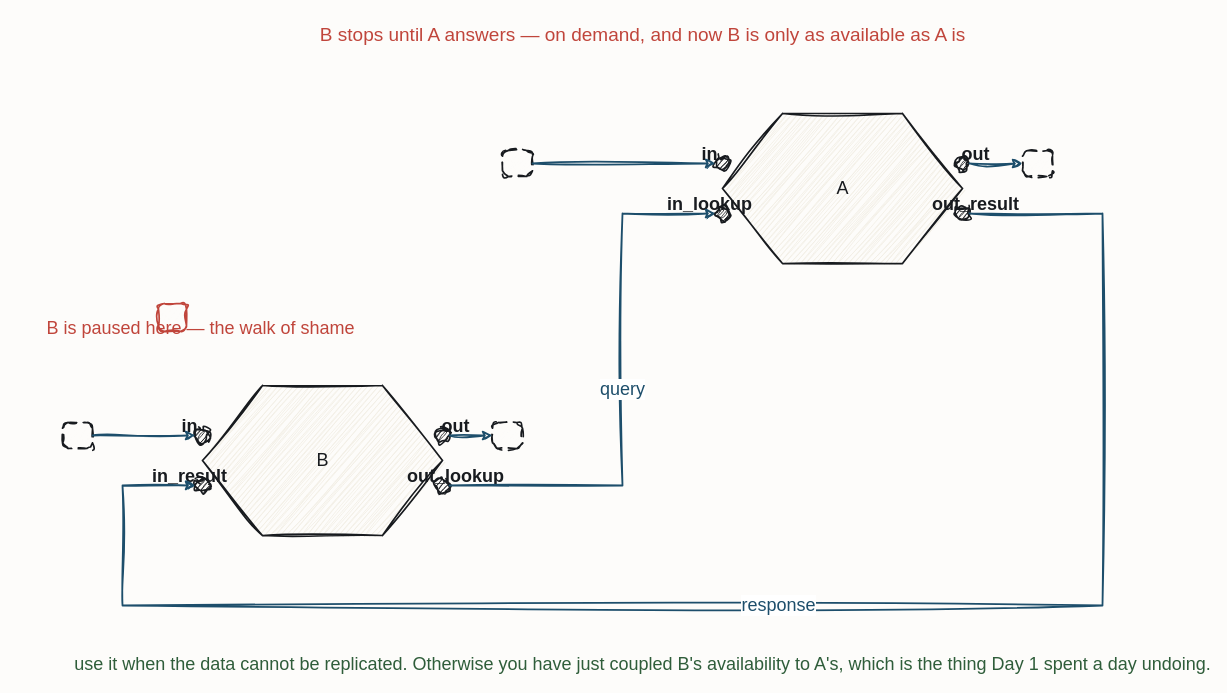
Before: resources/flow-lookup-port.drawio in iancooper/practical-messaging, a draw.io diagram. Source tidied: cells renumbered, new cells numbered last; positions are measured from the earlier drawing's top-left corner, leaving out a move shared by most shapes. Both pictures are drawn from the tidied source at 100%, with x=0, y=0 at pixel (62, 17).
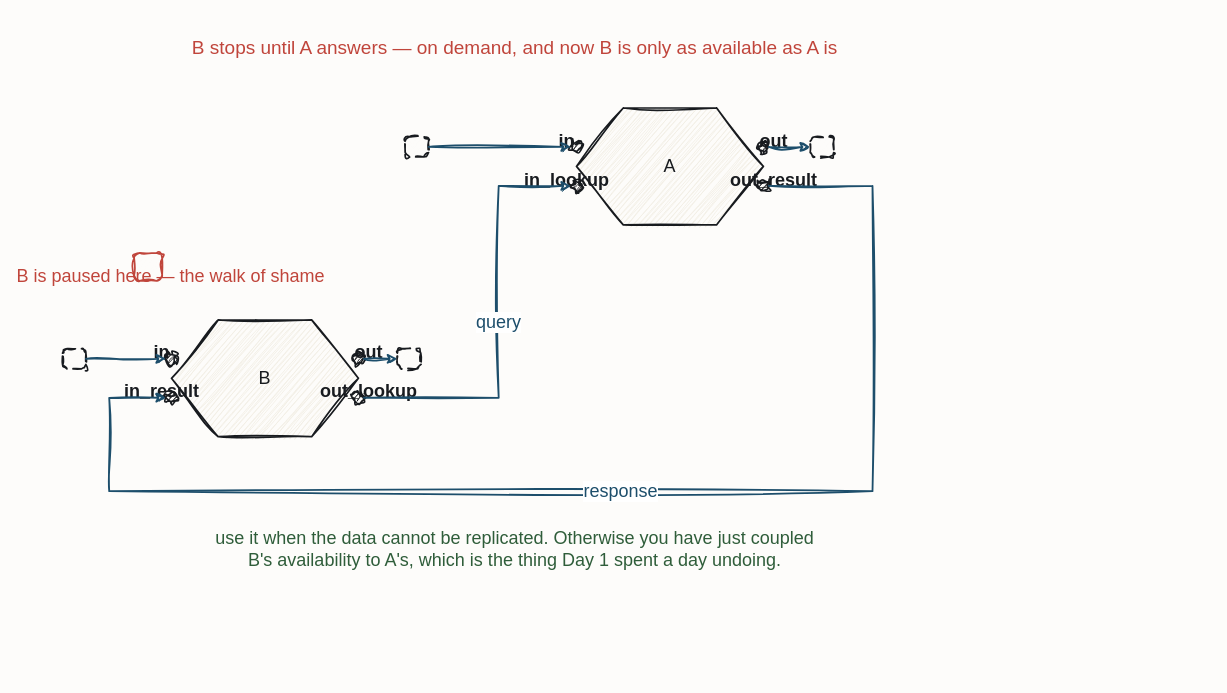
Above is the later version.

The edit, as a diff of the source:
```diff
@@
     <mxCell id="2" value="B stops until A answers — on demand, and now B is only as available as A is" style="text;html=1;align=center;fontFamily=Caveat;fontSize=19;fontColor=#C0453B;" parent="1" vertex="1">
-      <mxGeometry x="520" width="120" height="20" as="geometry" />
+      <mxGeometry x="391.7" y="13.1" width="120" height="20" as="geometry" />
     </mxCell>
     <mxCell id="3" value="A" style="sketch=1;hachureGap=4;jiggle=2;curveFitting=1;fontFamily=Caveat;html=1;shape=hexagon;perimeter=hexagonPerimeter2;strokeColor=#181B1F;strokeWidth=1.7;fillColor=#F3EFE6;fontColor=#181B1F;fontSize=18;" parent="1" vertex="1">
-      <mxGeometry x="660" y="96" width="240" height="150" as="geometry" />
+      <mxGeometry x="514" y="90.5" width="186.9" height="116.8" as="geometry" />
     </mxCell>
     <mxCell id="4" style="sketch=1;hachureGap=4;jiggle=2;curveFitting=1;fontFamily=Caveat;html=1;ellipse;verticalLabelPosition=bottom;verticalAlign=top;strokeColor=#181B1F;strokeWidth=1.7;fillColor=#181B1F;fontColor=#181B1F;fontSize=14;" parent="1" vertex="1">
-      <mxGeometry x="653" y="139" width="14" height="14" as="geometry" />
+      <mxGeometry x="508.6" y="124" width="10.9" height="10.9" as="geometry" />
     </mxCell>
     <mxCell id="5" value="in" style="text;html=1;align=center;fontFamily=Caveat;fontSize=18;fontColor=#181B1F;fontStyle=1;" parent="1" vertex="1">
-      <mxGeometry x="587" y="120" width="120" height="20" as="geometry" />
+      <mxGeometry x="443.9" y="106.6" width="120" height="20" as="geometry" />
     </mxCell>
     <mxCell id="6" style="sketch=1;hachureGap=4;jiggle=2;curveFitting=1;fontFamily=Caveat;html=1;ellipse;verticalLabelPosition=bottom;verticalAlign=top;strokeColor=#181B1F;strokeWidth=1.7;fillColor=#181B1F;fontColor=#181B1F;fontSize=14;" parent="1" vertex="1">
-      <mxGeometry x="653" y="189" width="14" height="14" as="geometry" />
+      <mxGeometry x="508.6" y="163" width="10.9" height="10.9" as="geometry" />
     </mxCell>
     <mxCell id="7" value="in_lookup" style="text;html=1;align=center;fontFamily=Caveat;fontSize=18;fontColor=#181B1F;fontStyle=1;" parent="1" vertex="1">
-      <mxGeometry x="587" y="170" width="120" height="20" as="geometry" />
+      <mxGeometry x="443.9" y="145.5" width="120" height="20" as="geometry" />
     </mxCell>
     <mxCell id="8" style="sketch=1;hachureGap=4;jiggle=2;curveFitting=1;fontFamily=Caveat;html=1;ellipse;verticalLabelPosition=bottom;verticalAlign=top;strokeColor=#181B1F;strokeWidth=1.7;fillColor=#181B1F;fontColor=#181B1F;fontSize=14;" parent="1" vertex="1">
-      <mxGeometry x="893" y="139" width="14" height="14" as="geometry" />
+      <mxGeometry x="695.5" y="124" width="10.9" height="10.9" as="geometry" />
     </mxCell>
     <mxCell id="9" value="out" style="text;html=1;align=center;fontFamily=Caveat;fontSize=18;fontColor=#181B1F;fontStyle=1;" parent="1" vertex="1">
-      <mxGeometry x="853" y="120" width="120" height="20" as="geometry" />
+      <mxGeometry x="651.1" y="106.6" width="120" height="20" as="geometry" />
     </mxCell>
     <mxCell id="10" style="sketch=1;hachureGap=4;jiggle=2;curveFitting=1;fontFamily=Caveat;html=1;ellipse;verticalLabelPosition=bottom;verticalAlign=top;strokeColor=#181B1F;strokeWidth=1.7;fillColor=#181B1F;fontColor=#181B1F;fontSize=14;" parent="1" vertex="1">
-      <mxGeometry x="893" y="189" width="14" height="14" as="geometry" />
+      <mxGeometry x="695.5" y="163" width="10.9" height="10.9" as="geometry" />
     </mxCell>
     <mxCell id="11" value="out_result" style="text;html=1;align=center;fontFamily=Caveat;fontSize=18;fontColor=#181B1F;fontStyle=1;" parent="1" vertex="1">
-      <mxGeometry x="853" y="170" width="120" height="20" as="geometry" />
+      <mxGeometry x="651.1" y="145.5" width="120" height="20" as="geometry" />
     </mxCell>
     <mxCell id="12" value="B" style="sketch=1;hachureGap=4;jiggle=2;curveFitting=1;fontFamily=Caveat;html=1;shape=hexagon;perimeter=hexagonPerimeter2;strokeColor=#181B1F;strokeWidth=1.7;fillColor=#F3EFE6;fontColor=#181B1F;fontSize=18;" parent="1" vertex="1">
-      <mxGeometry x="140" y="368" width="240" height="150" as="geometry" />
+      <mxGeometry x="109" y="302.4" width="186.9" height="116.8" as="geometry" />
     </mxCell>
     <mxCell id="13" style="sketch=1;hachureGap=4;jiggle=2;curveFitting=1;fontFamily=Caveat;html=1;ellipse;verticalLabelPosition=bottom;verticalAlign=top;strokeColor=#181B1F;strokeWidth=1.7;fillColor=#181B1F;fontColor=#181B1F;fontSize=14;" parent="1" vertex="1">
-      <mxGeometry x="133" y="411" width="14" height="14" as="geometry" />
+      <mxGeometry x="103.6" y="335.9" width="10.9" height="10.9" as="geometry" />
     </mxCell>
     <mxCell id="14" value="in" style="text;html=1;align=center;fontFamily=Caveat;fontSize=18;fontColor=#181B1F;fontStyle=1;" parent="1" vertex="1">
-      <mxGeometry x="67" y="392" width="120" height="20" as="geometry" />
+      <mxGeometry x="38.9" y="318.4" width="120" height="20" as="geometry" />
     </mxCell>
     <mxCell id="15" style="sketch=1;hachureGap=4;jiggle=2;curveFitting=1;fontFamily=Caveat;html=1;ellipse;verticalLabelPosition=bottom;verticalAlign=top;strokeColor=#181B1F;strokeWidth=1.7;fillColor=#181B1F;fontColor=#181B1F;fontSize=14;" parent="1" vertex="1">
-      <mxGeometry x="133" y="461" width="14" height="14" as="geometry" />
+      <mxGeometry x="103.6" y="374.8" width="10.9" height="10.9" as="geometry" />
     </mxCell>
     <mxCell id="16" value="in_result" style="text;html=1;align=center;fontFamily=Caveat;fontSize=18;fontColor=#181B1F;fontStyle=1;" parent="1" vertex="1">
-      <mxGeometry x="67" y="442" width="120" height="20" as="geometry" />
+      <mxGeometry x="38.9" y="357.3" width="120" height="20" as="geometry" />
     </mxCell>
     <mxCell id="17" style="sketch=1;hachureGap=4;jiggle=2;curveFitting=1;fontFamily=Caveat;html=1;ellipse;verticalLabelPosition=bottom;verticalAlign=top;strokeColor=#181B1F;strokeWidth=1.7;fillColor=#181B1F;fontColor=#181B1F;fontSize=14;" parent="1" vertex="1">
-      <mxGeometry x="373" y="411" width="14" height="14" as="geometry" />
+      <mxGeometry x="290.5" y="335.9" width="10.9" height="10.9" as="geometry" />
     </mxCell>
     <mxCell id="18" value="out" style="text;html=1;align=center;fontFamily=Caveat;fontSize=18;fontColor=#181B1F;fontStyle=1;" parent="1" vertex="1">
-      <mxGeometry x="333" y="392" width="120" height="20" as="geometry" />
+      <mxGeometry x="246.1" y="318.4" width="120" height="20" as="geometry" />
     </mxCell>
     <mxCell id="19" style="sketch=1;hachureGap=4;jiggle=2;curveFitting=1;fontFamily=Caveat;html=1;ellipse;verticalLabelPosition=bottom;verticalAlign=top;strokeColor=#181B1F;strokeWidth=1.7;fillColor=#181B1F;fontColor=#181B1F;fontSize=14;" parent="1" vertex="1">
-      <mxGeometry x="373" y="461" width="14" height="14" as="geometry" />
+      <mxGeometry x="290.5" y="374.8" width="10.9" height="10.9" as="geometry" />
     </mxCell>
     <mxCell id="20" value="out_lookup" style="text;html=1;align=center;fontFamily=Caveat;fontSize=18;fontColor=#181B1F;fontStyle=1;" parent="1" vertex="1">
-      <mxGeometry x="333" y="442" width="120" height="20" as="geometry" />
+      <mxGeometry x="246.1" y="357.3" width="120" height="20" as="geometry" />
     </mxCell>
     <mxCell id="21" style="sketch=1;hachureGap=4;jiggle=2;curveFitting=1;fontFamily=Caveat;html=1;rounded=1;arcSize=22;dashed=1;dashPattern=5 4;strokeColor=#181B1F;strokeWidth=1.7;fillColor=#FDFCFA;fontColor=#181B1F;fontSize=13;" parent="1" vertex="1">
-      <mxGeometry y="405" width="30" height="26" as="geometry" />
+      <mxGeometry y="331.2" width="23.4" height="20.2" as="geometry" />
     </mxCell>
     <mxCell id="22" style="sketch=1;hachureGap=4;jiggle=2;curveFitting=1;fontFamily=Caveat;html=1;rounded=1;arcSize=22;dashed=1;dashPattern=5 4;strokeColor=#181B1F;strokeWidth=1.7;fillColor=#FDFCFA;fontColor=#181B1F;fontSize=13;" parent="1" vertex="1">
-      <mxGeometry x="430" y="405" width="30" height="26" as="geometry" />
+      <mxGeometry x="334.9" y="331.2" width="23.4" height="20.2" as="geometry" />
     </mxCell>
     <mxCell id="23" style="sketch=1;hachureGap=4;jiggle=2;curveFitting=1;fontFamily=Caveat;html=1;rounded=1;arcSize=22;dashed=1;dashPattern=5 4;strokeColor=#181B1F;strokeWidth=1.7;fillColor=#FDFCFA;fontColor=#181B1F;fontSize=13;" parent="1" vertex="1">
-      <mxGeometry x="440" y="133" width="30" height="26" as="geometry" />
+      <mxGeometry x="342.7" y="119.3" width="23.4" height="20.2" as="geometry" />
     </mxCell>
     <mxCell id="24" style="sketch=1;hachureGap=4;jiggle=2;curveFitting=1;fontFamily=Caveat;html=1;rounded=1;arcSize=22;dashed=1;dashPattern=5 4;strokeColor=#181B1F;strokeWidth=1.7;fillColor=#FDFCFA;fontColor=#181B1F;fontSize=13;" parent="1" vertex="1">
-      <mxGeometry x="960" y="133" width="30" height="26" as="geometry" />
+      <mxGeometry x="747.7" y="119.3" width="23.4" height="20.2" as="geometry" />
     </mxCell>
     <mxCell id="25" style="sketch=1;hachureGap=4;jiggle=2;curveFitting=1;fontFamily=Caveat;html=1;rounded=1;arcSize=20;verticalLabelPosition=bottom;verticalAlign=top;strokeColor=#C0453B;strokeWidth=1.7;fillColor=#FDFCFA;fontColor=#C0453B;fontSize=12;" parent="1" vertex="1">
-      <mxGeometry x="96" y="286" width="28" height="28" as="geometry" />
+      <mxGeometry x="71.7" y="235.4" width="28" height="28" as="geometry" />
     </mxCell>
     <mxCell id="26" value="B is paused here — the walk of shame" style="text;html=1;align=center;fontFamily=Caveat;fontSize=18;fontColor=#C0453B;" parent="1" vertex="1">
-      <mxGeometry x="78" y="294" width="120" height="20" as="geometry" />
+      <mxGeometry x="47.5" y="242.1" width="120" height="20" as="geometry" />
     </mxCell>
-    <mxCell id="27" value="use it when the data cannot be replicated. Otherwise you have just coupled B's availability to A's, which is the thing Day 1 spent a day undoing." style="text;html=1;align=center;fontFamily=Caveat;fontSize=18;fontColor=#2F5D3A;" parent="1" vertex="1">
-      <mxGeometry x="520" y="630" width="120" height="20" as="geometry" />
+    <mxCell id="27" value="use it when the data cannot be replicated. Otherwise you have just coupled&#10;B's availability to A's, which is the thing Day 1 spent a day undoing." style="text;html=1;align=center;fontFamily=Caveat;fontSize=18;fontColor=#2F5D3A;" parent="1" vertex="1">
+      <mxGeometry x="391.7" y="503.8" width="120" height="20" as="geometry" />
     </mxCell>
@@
     <mxCell id="32" value="query" style="sketch=1;jiggle=2;curveFitting=1;edgeStyle=none;rounded=0;strokeColor=#1D4E6B;strokeWidth=1.8;fontFamily=Caveat;fontSize=18;fontColor=#1D4E6B;html=1;exitX=1.0;exitY=0.5;exitDx=0;exitDy=0;entryX=0.0;entryY=0.5;entryDx=0;entryDy=0;" parent="1" edge="1" source="19" target="6">
       <mxGeometry relative="1" as="geometry">
         <Array as="points">
-          <mxPoint x="560" y="468" />
-          <mxPoint x="560" y="196" />
+          <mxPoint x="436.2" y="380.3" />
+          <mxPoint x="436.2" y="168.4" />
         </Array>
       </mxGeometry>
     </mxCell>
     <mxCell id="33" value="response" style="sketch=1;jiggle=2;curveFitting=1;edgeStyle=none;rounded=0;strokeColor=#1D4E6B;strokeWidth=1.8;fontFamily=Caveat;fontSize=18;fontColor=#1D4E6B;html=1;exitX=1.0;exitY=0.5;exitDx=0;exitDy=0;entryX=0.0;entryY=0.5;entryDx=0;entryDy=0;" parent="1" edge="1" source="10" target="15">
       <mxGeometry relative="1" as="geometry">
         <Array as="points">
-          <mxPoint x="1040" y="196" />
-          <mxPoint x="1040" y="588" />
-          <mxPoint x="60" y="588" />
-          <mxPoint x="60" y="468" />
+          <mxPoint x="810" y="168.4" />
+          <mxPoint x="810" y="473.7" />
+          <mxPoint x="46.7" y="473.7" />
+          <mxPoint x="46.7" y="380.3" />
         </Array>
       </mxGeometry>
     </mxCell>
```
